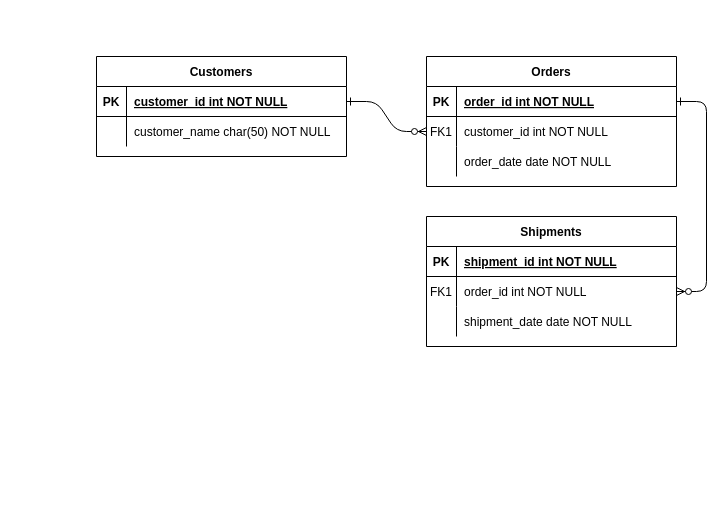
Above: 名称未設定ファイル.drawio in SHOBRIO/kitchen_garden (draw.io), before the change. Source tidied: cells renumbered, new cells numbered last; positions are measured from the earlier drawing's top-left corner, leaving out a move shared by most shapes. Both pictures are drawn from the tidied source at 100%, with x=0, y=0 at pixel (96, 56).
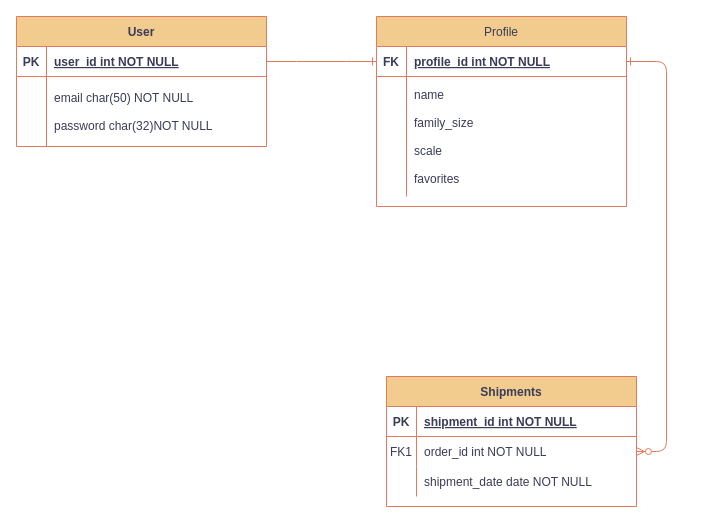
After the change.

Commit message:
kitchen_garden.drawio を更新します

Change to the diagram source:
```diff
@@
-    <mxCell id="2" style="edgeStyle=entityRelationEdgeStyle;endArrow=ERzeroToMany;startArrow=ERone;endFill=1;startFill=0;" parent="1" edge="1" source="25" target="8">
-      <mxGeometry relative="1" as="geometry" />
-    </mxCell>
-    <mxCell id="3" style="edgeStyle=entityRelationEdgeStyle;endArrow=ERzeroToMany;startArrow=ERone;endFill=1;startFill=0;" parent="1" edge="1" source="5" target="18">
+    <mxCell id="3" style="edgeStyle=entityRelationEdgeStyle;endArrow=ERzeroToMany;startArrow=ERone;endFill=1;startFill=0;labelBackgroundColor=none;strokeColor=#E07A5F;fontColor=default;" parent="1" edge="1" source="5" target="18">
       <mxGeometry relative="1" as="geometry" />
     </mxCell>
-    <mxCell id="4" value="Orders" style="shape=table;startSize=30;childLayout=tableLayout;rowLines=0;fontStyle=1;align=center;" parent="1" vertex="1">
-      <mxGeometry x="330" width="250" height="130" as="geometry" />
+    <mxCell id="4" value="Profile" style="shape=table;startSize=30;childLayout=tableLayout;rowLines=0;fontStyle=0;align=center;labelBackgroundColor=none;fillColor=#F2CC8F;strokeColor=#E07A5F;fontColor=#393C56;" parent="1" vertex="1">
+      <mxGeometry x="280" y="-40" width="250" height="190" as="geometry" />
     </mxCell>
-    <mxCell id="5" style="shape=partialRectangle;fillColor=none;points=[[0,0.5],[1,0.5]];portConstraint=eastwest;top=0;left=0;right=0;bottom=1;" parent="4" vertex="1">
+    <mxCell id="5" style="shape=partialRectangle;fillColor=none;points=[[0,0.5],[1,0.5]];portConstraint=eastwest;top=0;left=0;right=0;bottom=1;labelBackgroundColor=none;strokeColor=#E07A5F;fontColor=#393C56;" parent="4" vertex="1">
       <mxGeometry y="30" width="250" height="30" as="geometry" />
     </mxCell>
-    <mxCell id="6" value="PK" style="shape=partialRectangle;overflow=hidden;fillColor=none;top=0;left=0;bottom=0;right=0;fontStyle=1;" parent="5" vertex="1">
+    <mxCell id="6" value="FK" style="shape=partialRectangle;overflow=hidden;fillColor=none;top=0;left=0;bottom=0;right=0;fontStyle=1;labelBackgroundColor=none;strokeColor=#E07A5F;fontColor=#393C56;" parent="5" vertex="1">
       <mxGeometry width="30" height="30" as="geometry" />
     </mxCell>
-    <mxCell id="7" value="order_id int NOT NULL " style="shape=partialRectangle;overflow=hidden;fillColor=none;top=0;left=0;bottom=0;right=0;align=left;spacingLeft=6;fontStyle=5;" parent="5" vertex="1">
+    <mxCell id="7" value="profile_id int NOT NULL " style="shape=partialRectangle;overflow=hidden;fillColor=none;top=0;left=0;bottom=0;right=0;align=left;spacingLeft=6;fontStyle=5;labelBackgroundColor=none;strokeColor=#E07A5F;fontColor=#393C56;" parent="5" vertex="1">
       <mxGeometry x="30" width="220" height="30" as="geometry" />
     </mxCell>
-    <mxCell id="8" style="shape=partialRectangle;fillColor=none;points=[[0,0.5],[1,0.5]];portConstraint=eastwest;top=0;left=0;right=0;bottom=0;" parent="4" vertex="1">
-      <mxGeometry y="60" width="250" height="30" as="geometry" />
+    <mxCell id="8" style="shape=partialRectangle;fillColor=none;points=[[0,0.5],[1,0.5]];portConstraint=eastwest;top=0;left=0;right=0;bottom=0;labelBackgroundColor=none;strokeColor=#E07A5F;fontColor=#393C56;" parent="4" vertex="1">
+      <mxGeometry y="60" width="250" height="120" as="geometry" />
     </mxCell>
-    <mxCell id="9" value="FK1" style="shape=partialRectangle;overflow=hidden;fillColor=none;top=0;left=0;bottom=0;right=0;" parent="8" vertex="1">
-      <mxGeometry width="30" height="30" as="geometry" />
+    <mxCell id="9" style="shape=partialRectangle;overflow=hidden;fillColor=none;top=0;left=0;bottom=0;right=0;labelBackgroundColor=none;strokeColor=#E07A5F;fontColor=#393C56;" parent="8" vertex="1">
+      <mxGeometry width="30" height="120" as="geometry" />
     </mxCell>
-    <mxCell id="10" value="customer_id int NOT NULL" style="shape=partialRectangle;overflow=hidden;fillColor=none;top=0;left=0;bottom=0;right=0;align=left;spacingLeft=6;" parent="8" vertex="1">
-      <mxGeometry x="30" width="220" height="30" as="geometry" />
+    <mxCell id="10" value="name&#10;&#10;family_size&#10;&#10;scale&#10;&#10;favorites" style="shape=partialRectangle;overflow=hidden;fillColor=none;top=0;left=0;bottom=0;right=0;align=left;spacingLeft=6;labelBackgroundColor=none;strokeColor=#E07A5F;fontColor=#393C56;" parent="8" vertex="1">
+      <mxGeometry x="30" width="220" height="120" as="geometry" />
     </mxCell>
-    <mxCell id="11" style="shape=partialRectangle;fillColor=none;top=0;left=0;right=0;bottom=0;" parent="4" vertex="1">
-      <mxGeometry y="90" width="250" height="30" as="geometry" />
-    </mxCell>
-    <mxCell id="12" style="shape=partialRectangle;overflow=hidden;fillColor=none;top=0;left=0;bottom=0;right=0;" parent="11" vertex="1">
-      <mxGeometry width="30" height="30" as="geometry" />
-    </mxCell>
-    <mxCell id="13" value="order_date date NOT NULL" style="shape=partialRectangle;overflow=hidden;fillColor=none;top=0;left=0;bottom=0;right=0;align=left;spacingLeft=6;" parent="11" vertex="1">
-      <mxGeometry x="30" width="220" height="30" as="geometry" />
-    </mxCell>
-    <mxCell id="14" value="Shipments" style="shape=table;startSize=30;childLayout=tableLayout;rowLines=0;fontStyle=1;align=center;" parent="1" vertex="1">
-      <mxGeometry x="330" y="160" width="250" height="130" as="geometry" />
+    <mxCell id="14" value="Shipments" style="shape=table;startSize=30;childLayout=tableLayout;rowLines=0;fontStyle=1;align=center;labelBackgroundColor=none;fillColor=#F2CC8F;strokeColor=#E07A5F;fontColor=#393C56;" parent="1" vertex="1">
+      <mxGeometry x="290" y="320" width="250" height="130" as="geometry" />
     </mxCell>
-    <mxCell id="15" style="shape=partialRectangle;fillColor=none;top=0;left=0;right=0;bottom=1;" parent="14" vertex="1">
+    <mxCell id="15" style="shape=partialRectangle;fillColor=none;top=0;left=0;right=0;bottom=1;labelBackgroundColor=none;strokeColor=#E07A5F;fontColor=#393C56;" parent="14" vertex="1">
       <mxGeometry y="30" width="250" height="30" as="geometry" />
     </mxCell>
-    <mxCell id="16" value="PK" style="shape=partialRectangle;overflow=hidden;fillColor=none;top=0;left=0;bottom=0;right=0;fontStyle=1;" parent="15" vertex="1">
+    <mxCell id="16" value="PK" style="shape=partialRectangle;overflow=hidden;fillColor=none;top=0;left=0;bottom=0;right=0;fontStyle=1;labelBackgroundColor=none;strokeColor=#E07A5F;fontColor=#393C56;" parent="15" vertex="1">
       <mxGeometry width="30" height="30" as="geometry" />
     </mxCell>
-    <mxCell id="17" value="shipment_id int NOT NULL " style="shape=partialRectangle;overflow=hidden;fillColor=none;top=0;left=0;bottom=0;right=0;align=left;spacingLeft=6;fontStyle=5;" parent="15" vertex="1">
+    <mxCell id="17" value="shipment_id int NOT NULL " style="shape=partialRectangle;overflow=hidden;fillColor=none;top=0;left=0;bottom=0;right=0;align=left;spacingLeft=6;fontStyle=5;labelBackgroundColor=none;strokeColor=#E07A5F;fontColor=#393C56;" parent="15" vertex="1">
       <mxGeometry x="30" width="220" height="30" as="geometry" />
     </mxCell>
-    <mxCell id="18" style="shape=partialRectangle;fillColor=none;points=[[0,0.5],[1,0.5]];portConstraint=eastwest;top=0;left=0;right=0;bottom=0;" parent="14" vertex="1">
+    <mxCell id="18" style="shape=partialRectangle;fillColor=none;points=[[0,0.5],[1,0.5]];portConstraint=eastwest;top=0;left=0;right=0;bottom=0;labelBackgroundColor=none;strokeColor=#E07A5F;fontColor=#393C56;" parent="14" vertex="1">
       <mxGeometry y="60" width="250" height="30" as="geometry" />
     </mxCell>
-    <mxCell id="19" value="FK1" style="shape=partialRectangle;overflow=hidden;fillColor=none;top=0;left=0;bottom=0;right=0;" parent="18" vertex="1">
+    <mxCell id="19" value="FK1" style="shape=partialRectangle;overflow=hidden;fillColor=none;top=0;left=0;bottom=0;right=0;labelBackgroundColor=none;strokeColor=#E07A5F;fontColor=#393C56;" parent="18" vertex="1">
       <mxGeometry width="30" height="30" as="geometry" />
     </mxCell>
-    <mxCell id="20" value="order_id int NOT NULL" style="shape=partialRectangle;overflow=hidden;fillColor=none;top=0;left=0;bottom=0;right=0;align=left;spacingLeft=6;" parent="18" vertex="1">
+    <mxCell id="20" value="order_id int NOT NULL" style="shape=partialRectangle;overflow=hidden;fillColor=none;top=0;left=0;bottom=0;right=0;align=left;spacingLeft=6;labelBackgroundColor=none;strokeColor=#E07A5F;fontColor=#393C56;" parent="18" vertex="1">
       <mxGeometry x="30" width="220" height="30" as="geometry" />
     </mxCell>
-    <mxCell id="21" style="shape=partialRectangle;fillColor=none;top=0;left=0;right=0;bottom=0;" parent="14" vertex="1">
+    <mxCell id="21" style="shape=partialRectangle;fillColor=none;top=0;left=0;right=0;bottom=0;labelBackgroundColor=none;strokeColor=#E07A5F;fontColor=#393C56;" parent="14" vertex="1">
       <mxGeometry y="90" width="250" height="30" as="geometry" />
     </mxCell>
-    <mxCell id="22" style="shape=partialRectangle;overflow=hidden;fillColor=none;top=0;left=0;bottom=0;right=0;" parent="21" vertex="1">
+    <mxCell id="22" style="shape=partialRectangle;overflow=hidden;fillColor=none;top=0;left=0;bottom=0;right=0;labelBackgroundColor=none;strokeColor=#E07A5F;fontColor=#393C56;" parent="21" vertex="1">
       <mxGeometry width="30" height="30" as="geometry" />
     </mxCell>
-    <mxCell id="23" value="shipment_date date NOT NULL" style="shape=partialRectangle;overflow=hidden;fillColor=none;top=0;left=0;bottom=0;right=0;align=left;spacingLeft=6;" parent="21" vertex="1">
+    <mxCell id="23" value="shipment_date date NOT NULL" style="shape=partialRectangle;overflow=hidden;fillColor=none;top=0;left=0;bottom=0;right=0;align=left;spacingLeft=6;labelBackgroundColor=none;strokeColor=#E07A5F;fontColor=#393C56;" parent="21" vertex="1">
       <mxGeometry x="30" width="220" height="30" as="geometry" />
     </mxCell>
-    <mxCell id="24" value="Customers" style="shape=table;startSize=30;childLayout=tableLayout;rowLines=0;fontStyle=1;align=center;" parent="1" vertex="1">
-      <mxGeometry width="250" height="100" as="geometry" />
+    <mxCell id="24" value="User" style="shape=table;startSize=30;childLayout=tableLayout;rowLines=0;fontStyle=1;align=center;labelBackgroundColor=none;fillColor=#F2CC8F;strokeColor=#E07A5F;fontColor=#393C56;" parent="1" vertex="1">
+      <mxGeometry x="-80" y="-40" width="250" height="130" as="geometry" />
     </mxCell>
-    <mxCell id="25" style="shape=partialRectangle;fillColor=none;points=[[0,0.5],[1,0.5]];portConstraint=eastwest;top=0;left=0;right=0;bottom=1;" parent="24" vertex="1">
+    <mxCell id="25" style="shape=partialRectangle;fillColor=none;points=[[0,0.5],[1,0.5]];portConstraint=eastwest;top=0;left=0;right=0;bottom=1;labelBackgroundColor=none;strokeColor=#E07A5F;fontColor=#393C56;" parent="24" vertex="1">
       <mxGeometry y="30" width="250" height="30" as="geometry" />
     </mxCell>
-    <mxCell id="26" value="PK" style="shape=partialRectangle;overflow=hidden;fillColor=none;top=0;left=0;bottom=0;right=0;fontStyle=1;" parent="25" vertex="1">
+    <mxCell id="26" value="PK" style="shape=partialRectangle;overflow=hidden;fillColor=none;top=0;left=0;bottom=0;right=0;fontStyle=1;labelBackgroundColor=none;strokeColor=#E07A5F;fontColor=#393C56;" parent="25" vertex="1">
       <mxGeometry width="30" height="30" as="geometry" />
     </mxCell>
-    <mxCell id="27" value="customer_id int NOT NULL " style="shape=partialRectangle;overflow=hidden;fillColor=none;top=0;left=0;bottom=0;right=0;align=left;spacingLeft=6;fontStyle=5;" parent="25" vertex="1">
+    <mxCell id="27" value="user_id int NOT NULL " style="shape=partialRectangle;overflow=hidden;fillColor=none;top=0;left=0;bottom=0;right=0;align=left;spacingLeft=6;fontStyle=5;labelBackgroundColor=none;strokeColor=#E07A5F;fontColor=#393C56;" parent="25" vertex="1">
       <mxGeometry x="30" width="220" height="30" as="geometry" />
     </mxCell>
-    <mxCell id="28" style="shape=partialRectangle;fillColor=none;top=0;left=0;right=0;bottom=0;" parent="24" vertex="1">
-      <mxGeometry y="60" width="250" height="30" as="geometry" />
+    <mxCell id="28" style="shape=partialRectangle;fillColor=none;top=0;left=0;right=0;bottom=0;labelBackgroundColor=none;strokeColor=#E07A5F;fontColor=#393C56;" parent="24" vertex="1">
+      <mxGeometry y="60" width="250" height="70" as="geometry" />
     </mxCell>
-    <mxCell id="29" style="shape=partialRectangle;overflow=hidden;fillColor=none;top=0;left=0;bottom=0;right=0;" parent="28" vertex="1">
-      <mxGeometry width="30" height="30" as="geometry" />
+    <mxCell id="29" style="shape=partialRectangle;overflow=hidden;fillColor=none;top=0;left=0;bottom=0;right=0;labelBackgroundColor=none;strokeColor=#E07A5F;fontColor=#393C56;" parent="28" vertex="1">
+      <mxGeometry width="30" height="70" as="geometry" />
     </mxCell>
-    <mxCell id="30" value="customer_name char(50) NOT NULL" style="shape=partialRectangle;overflow=hidden;fillColor=none;top=0;left=0;bottom=0;right=0;align=left;spacingLeft=6;" parent="28" vertex="1">
-      <mxGeometry x="30" width="220" height="30" as="geometry" />
+    <mxCell id="30" value="email char(50) NOT NULL&#10;&#10;password char(32)NOT NULL" style="shape=partialRectangle;overflow=hidden;fillColor=none;top=0;left=0;bottom=0;right=0;align=left;spacingLeft=6;labelBackgroundColor=none;strokeColor=#E07A5F;fontColor=#393C56;" parent="28" vertex="1">
+      <mxGeometry x="30" width="220" height="70" as="geometry" />
     </mxCell>
+    <mxCell id="31" style="edgeStyle=entityRelationEdgeStyle;fontSize=12;html=1;endArrow=ERone;endFill=1;rounded=0;strokeColor=#E07A5F;fontColor=#393C56;fillColor=#F2CC8F;entryX=0;entryY=0.5;entryDx=0;entryDy=0;exitX=1;exitY=0.5;exitDx=0;exitDy=0;" parent="1" edge="1" source="25" target="5">
+      <mxGeometry relative="1" as="geometry" />
+    </mxCell>
```
